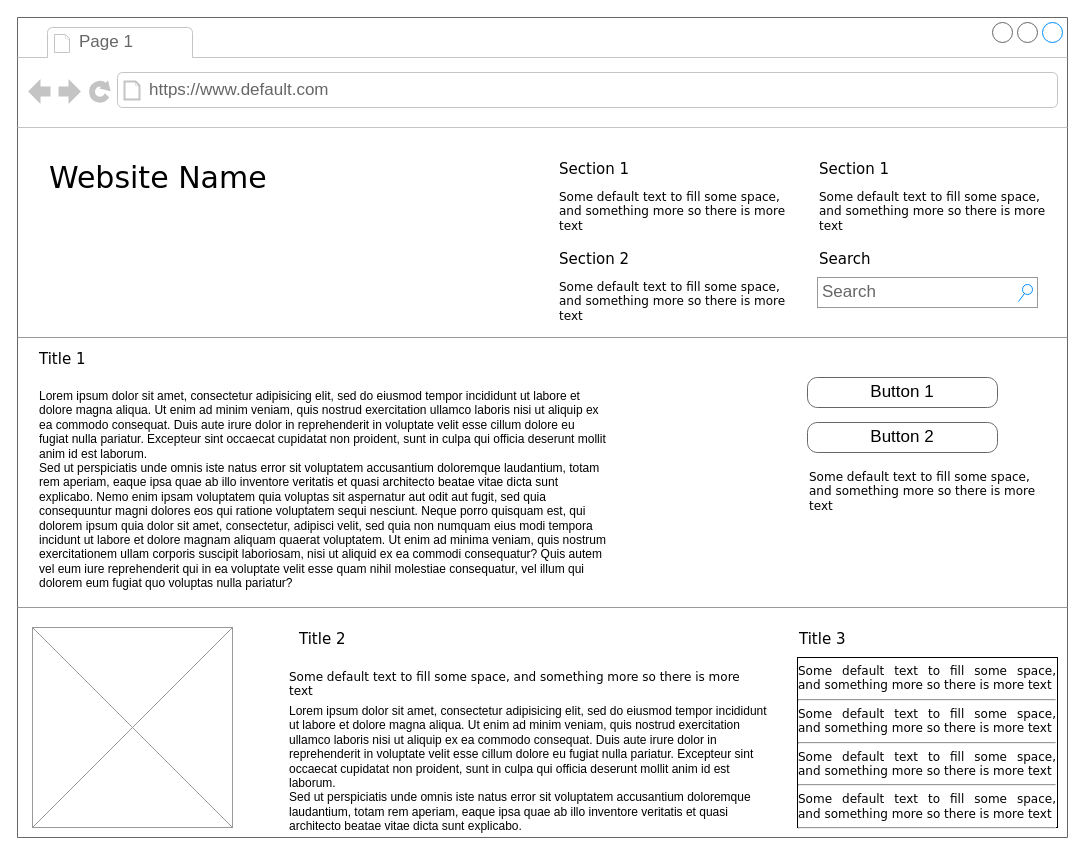
The draw.io diagram カリキュラム7-4.drawio in Sora-Kato/practice, before the edit. Source tidied: cells renumbered, new cells numbered last; positions are measured from the earlier drawing's top-left corner, leaving out a move shared by most shapes. Both pictures are drawn from the tidied source at 100%, with x=0, y=0 at pixel (17, 17).
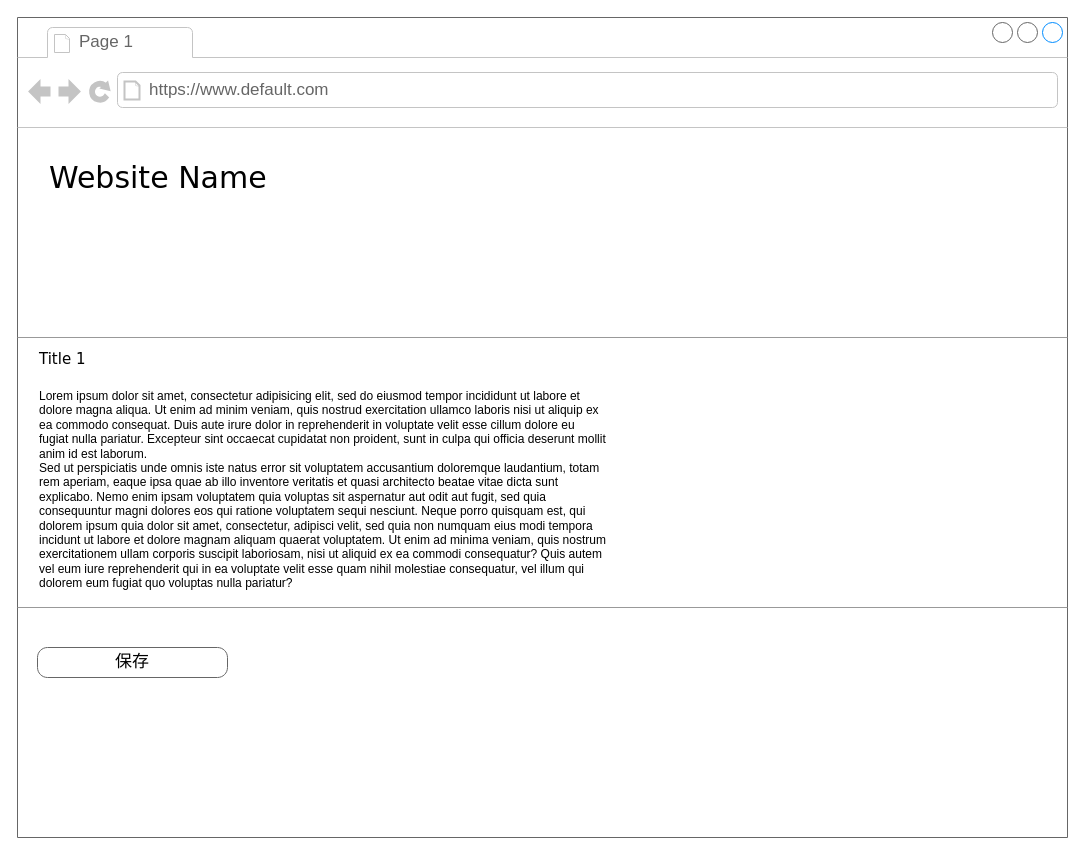
The same page after the edit.

Commit message:
カリキュラム7-4.drawio を更新します

The change refers to these unchanged cells:
```xml
<mxCell id="2" style="strokeWidth=1;shadow=0;dashed=0;align=center;html=1;shape=mxgraph.mockup.containers.browserWindow;rSize=0;strokeColor=#666666;mainText=,;rounded=0;labelBackgroundColor=none;fontFamily=Verdana;fontSize=12;" parent="1" vertex="1">
  <mxGeometry width="1050" height="820" as="geometry" />
</mxCell>
```

Diff of the diagram source:
```diff
@@
-    <mxCell id="6" value="Section 1" style="text;html=1;align=left;verticalAlign=top;spacingTop=-4;fontSize=15;fontFamily=Verdana;" parent="2" vertex="1">
-      <mxGeometry x="540" y="140" width="170" height="30" as="geometry" />
-    </mxCell>
-    <mxCell id="7" value="Some default text to fill some space, and&amp;nbsp;&lt;span&gt;something more so there is more text&lt;/span&gt;" style="text;html=1;align=left;verticalAlign=top;spacingTop=-4;fontSize=12;fontFamily=Verdana;whiteSpace=wrap;" parent="2" vertex="1">
-      <mxGeometry x="540" y="170" width="240" height="40" as="geometry" />
-    </mxCell>
-    <mxCell id="8" value="Section 2" style="text;html=1;align=left;verticalAlign=top;spacingTop=-4;fontSize=15;fontFamily=Verdana;" parent="2" vertex="1">
-      <mxGeometry x="540" y="230" width="170" height="30" as="geometry" />
-    </mxCell>
-    <mxCell id="9" value="Some default text to fill some space, and&amp;nbsp;&lt;span&gt;something more so there is more text&lt;/span&gt;" style="text;html=1;align=left;verticalAlign=top;spacingTop=-4;fontSize=12;fontFamily=Verdana;whiteSpace=wrap;" parent="2" vertex="1">
-      <mxGeometry x="540" y="260" width="240" height="40" as="geometry" />
-    </mxCell>
-    <mxCell id="10" value="Section 1" style="text;html=1;align=left;verticalAlign=top;spacingTop=-4;fontSize=15;fontFamily=Verdana;" parent="2" vertex="1">
-      <mxGeometry x="800" y="140" width="170" height="30" as="geometry" />
-    </mxCell>
-    <mxCell id="11" value="Some default text to fill some space, and&amp;nbsp;&lt;span&gt;something more so there is more text&lt;/span&gt;" style="text;html=1;align=left;verticalAlign=top;spacingTop=-4;fontSize=12;fontFamily=Verdana;whiteSpace=wrap;" parent="2" vertex="1">
-      <mxGeometry x="800" y="170" width="240" height="40" as="geometry" />
-    </mxCell>
-    <mxCell id="12" value="Search" style="text;html=1;align=left;verticalAlign=top;spacingTop=-4;fontSize=15;fontFamily=Verdana;" parent="2" vertex="1">
-      <mxGeometry x="800" y="230" width="170" height="30" as="geometry" />
-    </mxCell>
-    <mxCell id="13" value="Search" style="strokeWidth=1;shadow=0;dashed=0;align=center;html=1;shape=mxgraph.mockup.forms.searchBox;strokeColor=#999999;mainText=;strokeColor2=#008cff;fontColor=#666666;fontSize=17;align=left;spacingLeft=3;rounded=0;labelBackgroundColor=none;" parent="2" vertex="1">
-      <mxGeometry x="800" y="260" width="220" height="30" as="geometry" />
-    </mxCell>
@@
-    <mxCell id="17" value="Button 1" style="strokeWidth=1;shadow=0;dashed=0;align=center;html=1;shape=mxgraph.mockup.buttons.button;strokeColor=#666666;mainText=;buttonStyle=round;fontSize=17;fontStyle=0;fillColor=none;whiteSpace=wrap;rounded=0;labelBackgroundColor=none;" parent="2" vertex="1">
-      <mxGeometry x="790" y="360" width="190" height="30" as="geometry" />
+    <mxCell id="17" value="保存" style="strokeWidth=1;shadow=0;dashed=0;align=center;html=1;shape=mxgraph.mockup.buttons.button;strokeColor=#666666;mainText=;buttonStyle=round;fontSize=17;fontStyle=0;fillColor=none;whiteSpace=wrap;rounded=0;labelBackgroundColor=none;" parent="2" vertex="1">
+      <mxGeometry x="20" y="630" width="190" height="30" as="geometry" />
     </mxCell>
-    <mxCell id="18" value="Button 2" style="strokeWidth=1;shadow=0;dashed=0;align=center;html=1;shape=mxgraph.mockup.buttons.button;strokeColor=#666666;mainText=;buttonStyle=round;fontSize=17;fontStyle=0;fillColor=none;whiteSpace=wrap;rounded=0;labelBackgroundColor=none;" parent="2" vertex="1">
-      <mxGeometry x="790" y="405" width="190" height="30" as="geometry" />
-    </mxCell>
-    <mxCell id="19" value="Some default text to fill some space, and&amp;nbsp;&lt;span&gt;something more so there is more text&lt;/span&gt;" style="text;html=1;align=left;verticalAlign=top;spacingTop=-4;fontSize=12;fontFamily=Verdana;whiteSpace=wrap;" parent="2" vertex="1">
-      <mxGeometry x="790" y="450" width="240" height="40" as="geometry" />
-    </mxCell>
@@
-    <mxCell id="21" style="verticalLabelPosition=bottom;shadow=0;dashed=0;align=center;html=1;verticalAlign=top;strokeWidth=1;shape=mxgraph.mockup.graphics.simpleIcon;strokeColor=#999999;fillColor=#ffffff;rounded=0;labelBackgroundColor=none;fontFamily=Verdana;fontSize=12;fontColor=#000000;" parent="2" vertex="1">
-      <mxGeometry x="15" y="610" width="200" height="200" as="geometry" />
-    </mxCell>
-    <mxCell id="22" value="Title 2" style="text;html=1;align=left;verticalAlign=top;spacingTop=-4;fontSize=15;fontFamily=Verdana;" parent="2" vertex="1">
-      <mxGeometry x="280" y="610" width="170" height="30" as="geometry" />
-    </mxCell>
-    <mxCell id="23" value="Title 3" style="text;html=1;align=left;verticalAlign=top;spacingTop=-4;fontSize=15;fontFamily=Verdana;" parent="2" vertex="1">
-      <mxGeometry x="780" y="610" width="170" height="30" as="geometry" />
-    </mxCell>
-    <mxCell id="24" value="&lt;div style=&quot;text-align: justify&quot;&gt;&lt;span&gt;Some default text to fill some space, and&amp;nbsp;&lt;/span&gt;&lt;span&gt;something more so there is more text&lt;/span&gt;&lt;/div&gt;&lt;div style=&quot;text-align: justify&quot;&gt;&lt;hr id=&quot;null&quot; style=&quot;text-align: justify&quot;&gt;&lt;span&gt;&lt;div style=&quot;text-align: justify&quot;&gt;&lt;span&gt;Some default text to fill some space, and&amp;nbsp;&lt;/span&gt;&lt;span&gt;something more so there is more text&lt;/span&gt;&lt;/div&gt;&lt;/span&gt;&lt;/div&gt;&lt;hr id=&quot;null&quot; style=&quot;text-align: justify&quot;&gt;&lt;span&gt;&lt;div style=&quot;text-align: justify&quot;&gt;&lt;span&gt;Some default text to fill some space, and&amp;nbsp;&lt;/span&gt;&lt;span&gt;something more so there is more text&lt;/span&gt;&lt;/div&gt;&lt;/span&gt;&lt;hr id=&quot;null&quot; style=&quot;text-align: justify&quot;&gt;&lt;span&gt;&lt;div style=&quot;text-align: justify&quot;&gt;&lt;span&gt;Some default text to fill some space, and&amp;nbsp;&lt;/span&gt;&lt;span&gt;something more so there is more text&lt;/span&gt;&lt;/div&gt;&lt;/span&gt;&lt;hr id=&quot;null&quot; style=&quot;text-align: left&quot;&gt;" style="whiteSpace=wrap;html=1;rounded=0;shadow=0;labelBackgroundColor=none;strokeWidth=1;fontFamily=Verdana;fontSize=12;align=center;verticalAlign=top;" parent="2" vertex="1">
-      <mxGeometry x="780" y="640" width="260" height="170" as="geometry" />
-    </mxCell>
-    <mxCell id="25" value="Some default text to fill some space, and&amp;nbsp;&lt;span&gt;something more so there is more text&lt;/span&gt;" style="text;html=1;align=left;verticalAlign=top;spacingTop=-4;fontSize=12;fontFamily=Verdana;whiteSpace=wrap;" parent="2" vertex="1">
-      <mxGeometry x="270" y="650" width="470" height="40" as="geometry" />
-    </mxCell>
-    <mxCell id="26" value="Lorem ipsum dolor sit amet, consectetur adipisicing elit, sed do eiusmod tempor incididunt ut labore et dolore magna aliqua. Ut enim ad minim veniam, quis nostrud exercitation ullamco laboris nisi ut aliquip ex ea commodo consequat. Duis aute irure dolor in reprehenderit in voluptate velit esse cillum dolore eu fugiat nulla pariatur. Excepteur sint occaecat cupidatat non proident, sunt in culpa qui officia deserunt mollit anim id est laborum.&lt;br&gt;Sed ut perspiciatis unde omnis iste natus error sit voluptatem accusantium doloremque laudantium, totam rem aperiam, eaque ipsa quae ab illo inventore veritatis et quasi architecto beatae vitae dicta sunt explicabo.&amp;nbsp;" style="text;spacingTop=-5;whiteSpace=wrap;html=1;align=left;fontSize=12;fontFamily=Helvetica;fillColor=none;strokeColor=none;rounded=0;shadow=1;labelBackgroundColor=none;" parent="1" vertex="1">
-      <mxGeometry x="270" y="685" width="490" height="125" as="geometry" />
-    </mxCell>
```
